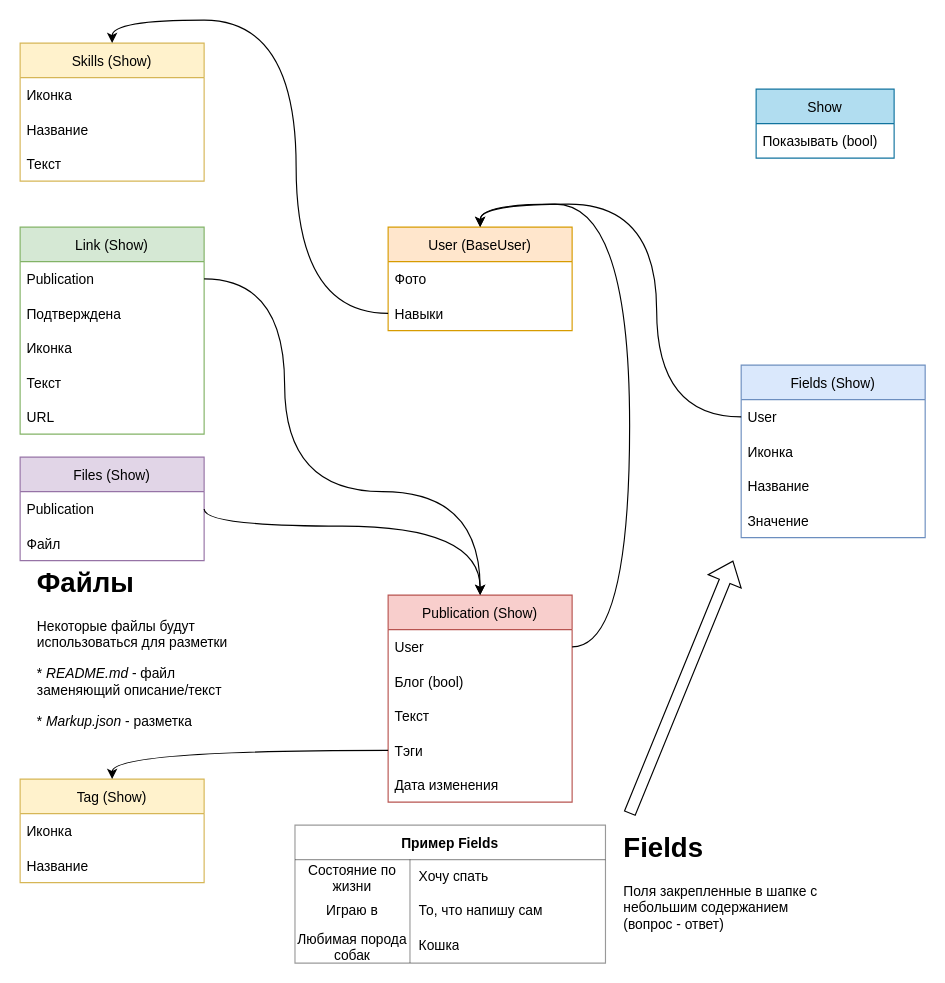
YandexLyceumPP/Resume keeps this draw.io diagram as page "Основная БД" (1 of 2) of db.drawio. Above is the earlier version. Source tidied: cells renumbered, new cells numbered last; positions are measured from the earlier drawing's top-left corner, leaving out a move shared by most shapes. Both pictures are drawn from the tidied source at 115%, with x=0, y=0 at pixel (20, 43).
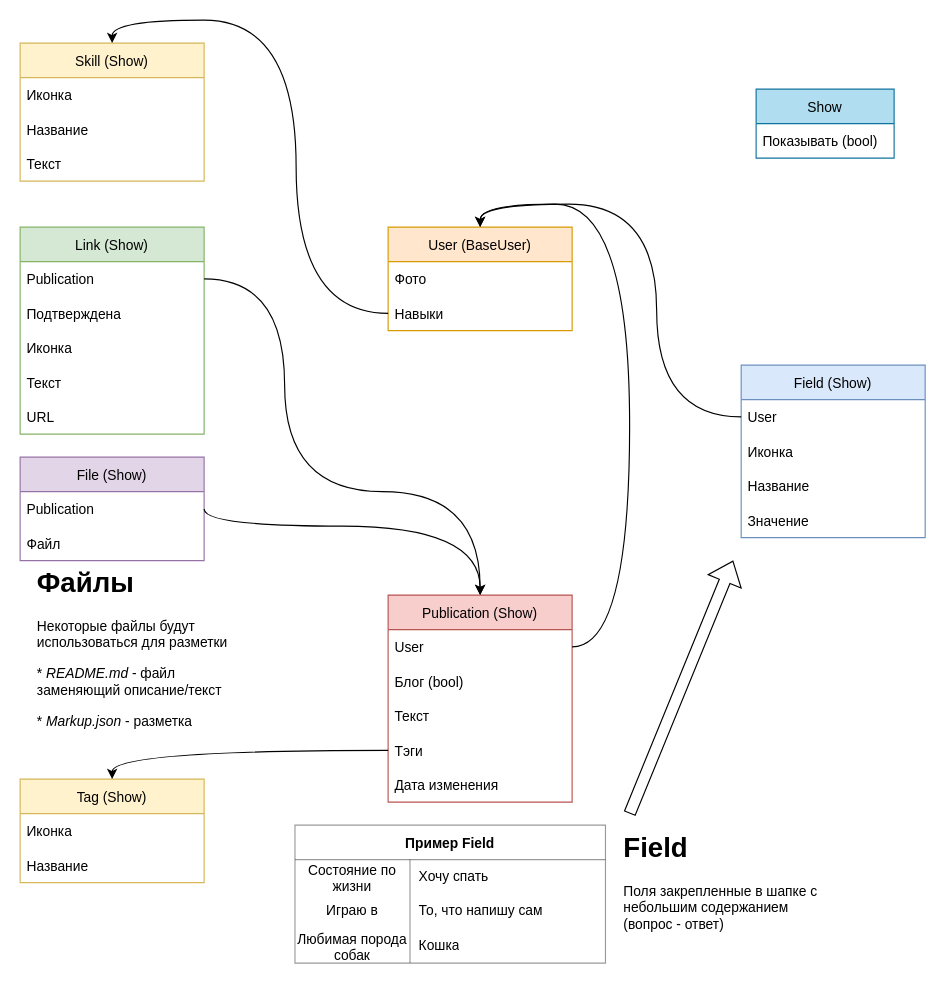
Above is the later version.

The edit, as a diff of the source:
```diff
@@
-    <mxCell id="5" value="Files (Show)" style="swimlane;fontStyle=0;horizontal=1;startSize=30;fillColor=#e1d5e7;strokeColor=#9673a6;" parent="1" vertex="1">
+    <mxCell id="5" value="File (Show)" style="swimlane;fontStyle=0;horizontal=1;startSize=30;fillColor=#e1d5e7;strokeColor=#9673a6;" parent="1" vertex="1">
       <mxGeometry y="360" width="160" height="90" as="geometry" />
     </mxCell>
@@
-    <mxCell id="26" value="Fields (Show)" style="swimlane;fontStyle=0;horizontal=1;startSize=30;fillColor=#dae8fc;strokeColor=#6c8ebf;" parent="1" vertex="1">
+    <mxCell id="26" value="Field (Show)" style="swimlane;fontStyle=0;horizontal=1;startSize=30;fillColor=#dae8fc;strokeColor=#6c8ebf;" parent="1" vertex="1">
       <mxGeometry x="627" y="280" width="160" height="150" as="geometry" />
     </mxCell>
@@
-    <mxCell id="32" value="Пример Fields" style="shape=table;startSize=30;childLayout=tableLayout;rowLines=0;fontStyle=1;fontFamily=Helvetica;fontSize=12;opacity=40;" parent="1" vertex="1">
+    <mxCell id="32" value="Пример Field" style="shape=table;startSize=30;childLayout=tableLayout;rowLines=0;fontStyle=1;fontFamily=Helvetica;fontSize=12;opacity=40;" parent="1" vertex="1">
       <mxGeometry x="239" y="680" width="270" height="120" as="geometry" />
     </mxCell>
@@
-    <mxCell id="43" value="&lt;h1&gt;&lt;span style=&quot;text-align: center&quot;&gt;&lt;font style=&quot;font-size: 24px&quot;&gt;Fields&lt;/font&gt;&lt;/span&gt;&lt;br&gt;&lt;/h1&gt;&lt;p&gt;Поля закрепленные в шапке с небольшим содержанием (вопрос - ответ)&lt;/p&gt;" style="text;html=1;strokeColor=none;fillColor=none;spacing=5;spacingTop=-20;whiteSpace=wrap;overflow=hidden;rounded=0;fontFamily=Helvetica;fontSize=12;opacity=40;" parent="1" vertex="1">
+    <mxCell id="43" value="&lt;h1&gt;&lt;span style=&quot;text-align: center&quot;&gt;&lt;font style=&quot;font-size: 24px&quot;&gt;Field&lt;/font&gt;&lt;/span&gt;&lt;br&gt;&lt;/h1&gt;&lt;p&gt;Поля закрепленные в шапке с небольшим содержанием (вопрос - ответ)&lt;/p&gt;" style="text;html=1;strokeColor=none;fillColor=none;spacing=5;spacingTop=-20;whiteSpace=wrap;overflow=hidden;rounded=0;fontFamily=Helvetica;fontSize=12;opacity=40;" parent="1" vertex="1">
       <mxGeometry x="520" y="680" width="190" height="120" as="geometry" />
     </mxCell>
-    <mxCell id="44" value="Skills (Show)" style="swimlane;fontStyle=0;horizontal=1;startSize=30;fillColor=#fff2cc;strokeColor=#d6b656;" parent="1" vertex="1">
+    <mxCell id="44" value="Skill (Show)" style="swimlane;fontStyle=0;horizontal=1;startSize=30;fillColor=#fff2cc;strokeColor=#d6b656;" parent="1" vertex="1">
       <mxGeometry width="160" height="120" as="geometry" />
     </mxCell>
```
